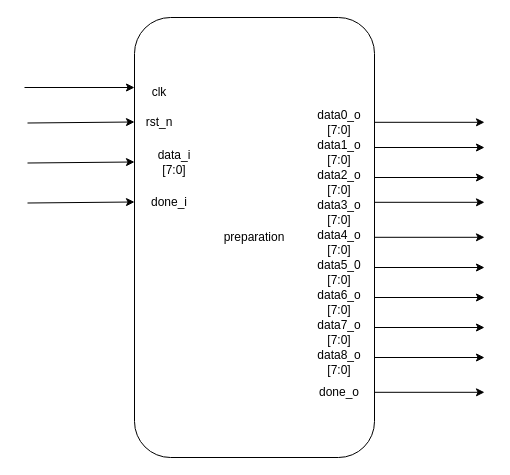
Above: draw/PreparationModules/PreparationModule.drawio in Hieuueihm/Thesis (draw.io), before the change. Source tidied: cells renumbered, new cells numbered last; positions are measured from the earlier drawing's top-left corner, leaving out a move shared by most shapes. Both pictures are drawn from the tidied source at 100%, with x=0, y=0 at pixel (24, 17).
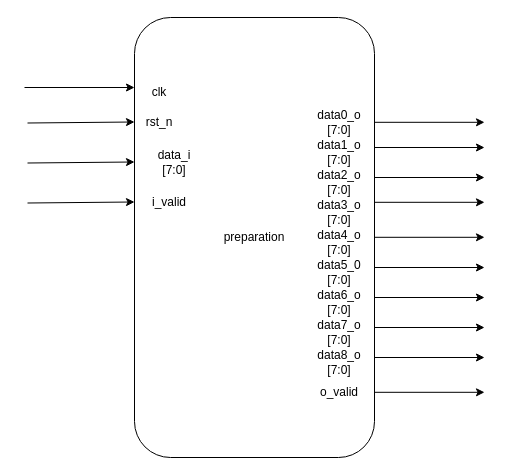
After the change.

Diff of the diagram source:
```diff
@@
-    <mxCell id="5" value="done_i" style="text;html=1;align=center;verticalAlign=middle;whiteSpace=wrap;rounded=0;" parent="1" vertex="1">
+    <mxCell id="5" value="i_valid" style="text;html=1;align=center;verticalAlign=middle;whiteSpace=wrap;rounded=0;" parent="1" vertex="1">
       <mxGeometry x="120" y="170" width="50" height="30" as="geometry" />
     </mxCell>
@@
-    <mxCell id="11" value="done_o" style="text;html=1;align=center;verticalAlign=middle;whiteSpace=wrap;rounded=0;" parent="1" vertex="1">
+    <mxCell id="11" value="o_valid" style="text;html=1;align=center;verticalAlign=middle;whiteSpace=wrap;rounded=0;" parent="1" vertex="1">
       <mxGeometry x="290" y="360" width="50" height="30" as="geometry" />
     </mxCell>
```
